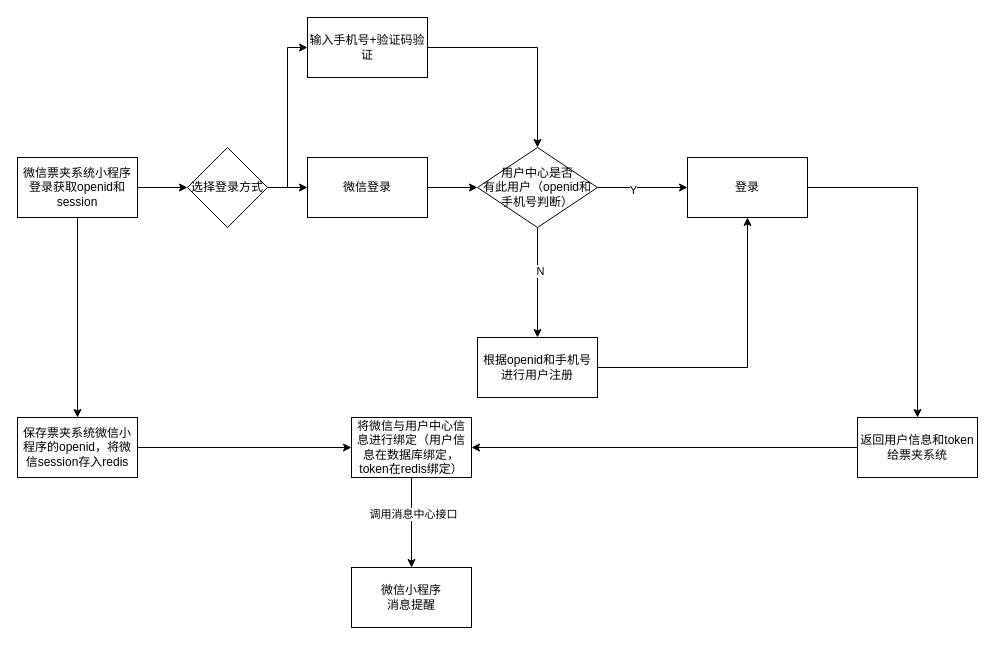
The draw.io diagram 未命名绘图.drawio in leafimmortal/my-drawio, before the edit. Source tidied: cells renumbered, new cells numbered last; positions are measured from the earlier drawing's top-left corner, leaving out a move shared by most shapes. Both pictures are drawn from the tidied source at 100%, with x=0, y=0 at pixel (17, 17).
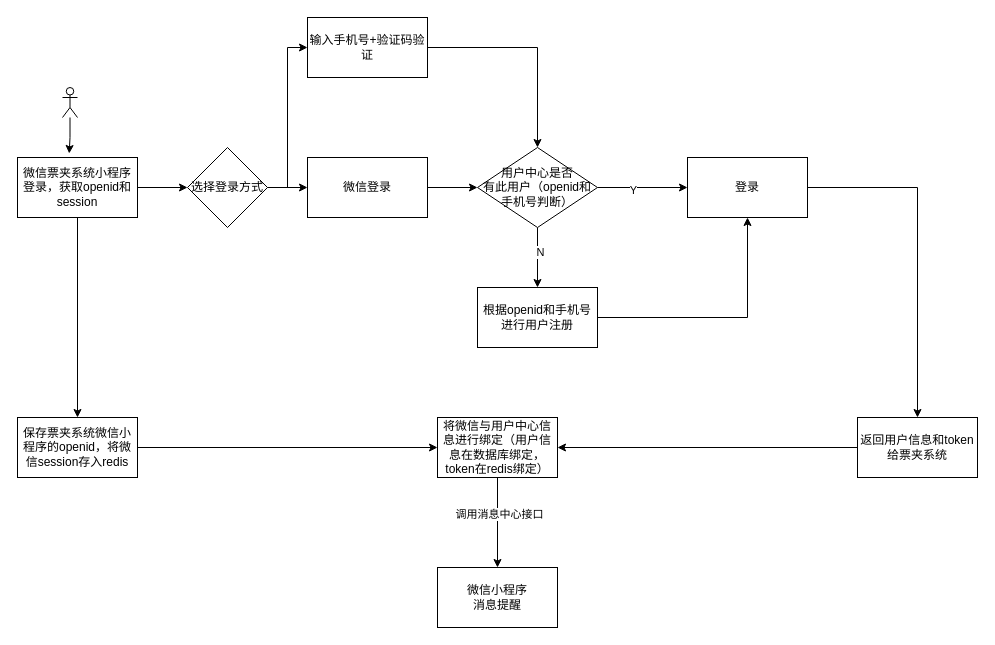
The same diagram, later.

Commit message:
更新未命名绘图.drawio

Diff of the diagram source:
```diff
@@
-    <mxCell id="4" value="微信票夹系统小程序登录获取openid和session" style="rounded=0;whiteSpace=wrap;html=1;" parent="1" vertex="1">
+    <mxCell id="4" value="微信票夹系统小程序登录，获取openid和session" style="rounded=0;whiteSpace=wrap;html=1;" parent="1" vertex="1">
       <mxGeometry y="140" width="120" height="60" as="geometry" />
     </mxCell>
@@
     <mxCell id="13" value="根据openid和手机号进行用户注册" style="whiteSpace=wrap;html=1;rounded=0;" parent="1" vertex="1">
-      <mxGeometry x="460" y="320" width="120" height="60" as="geometry" />
+      <mxGeometry x="460" y="270" width="120" height="60" as="geometry" />
     </mxCell>
@@
     <mxCell id="20" value="将微信与用户中心信息进行绑定（用户信息在数据库绑定，token在redis绑定）" style="rounded=0;whiteSpace=wrap;html=1;" parent="1" vertex="1">
-      <mxGeometry x="334" y="400" width="120" height="60" as="geometry" />
+      <mxGeometry x="420" y="400" width="120" height="60" as="geometry" />
     </mxCell>
     <mxCell id="21" value="微信小程序&lt;br&gt;消息提醒" style="rounded=0;whiteSpace=wrap;html=1;" parent="1" vertex="1">
-      <mxGeometry x="334" y="550" width="120" height="60" as="geometry" />
+      <mxGeometry x="420" y="550" width="120" height="60" as="geometry" />
     </mxCell>
@@
+    <mxCell id="29" style="edgeStyle=orthogonalEdgeStyle;rounded=0;jettySize=auto;html=1;entryX=0.431;entryY=-0.067;entryDx=0;entryDy=0;entryPerimeter=0;" parent="1" edge="1" source="30" target="4">
+      <mxGeometry relative="1" as="geometry" />
+    </mxCell>
+    <mxCell id="30" style="shape=umlActor;verticalLabelPosition=bottom;verticalAlign=top;html=1;outlineConnect=0;" parent="1" vertex="1">
+      <mxGeometry x="45" y="70" width="15" height="30" as="geometry" />
+    </mxCell>
```
